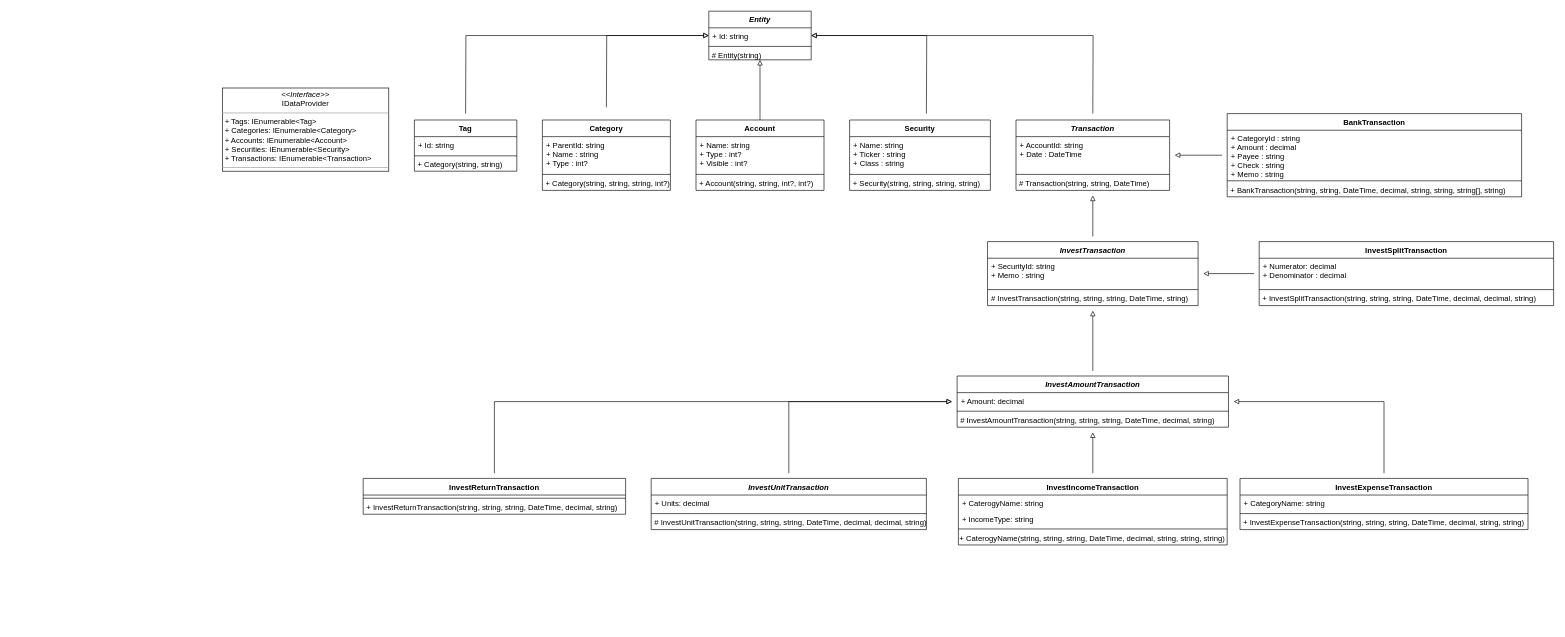
Before: Untitled Diagram.drawio in KovalevichArtjom/rovensys, a draw.io diagram. Source tidied: cells renumbered, new cells numbered last; positions are measured from the earlier drawing's top-left corner, leaving out a move shared by most shapes. Both pictures are drawn from the tidied source at 64%, with x=0, y=0 at pixel (222, 11).
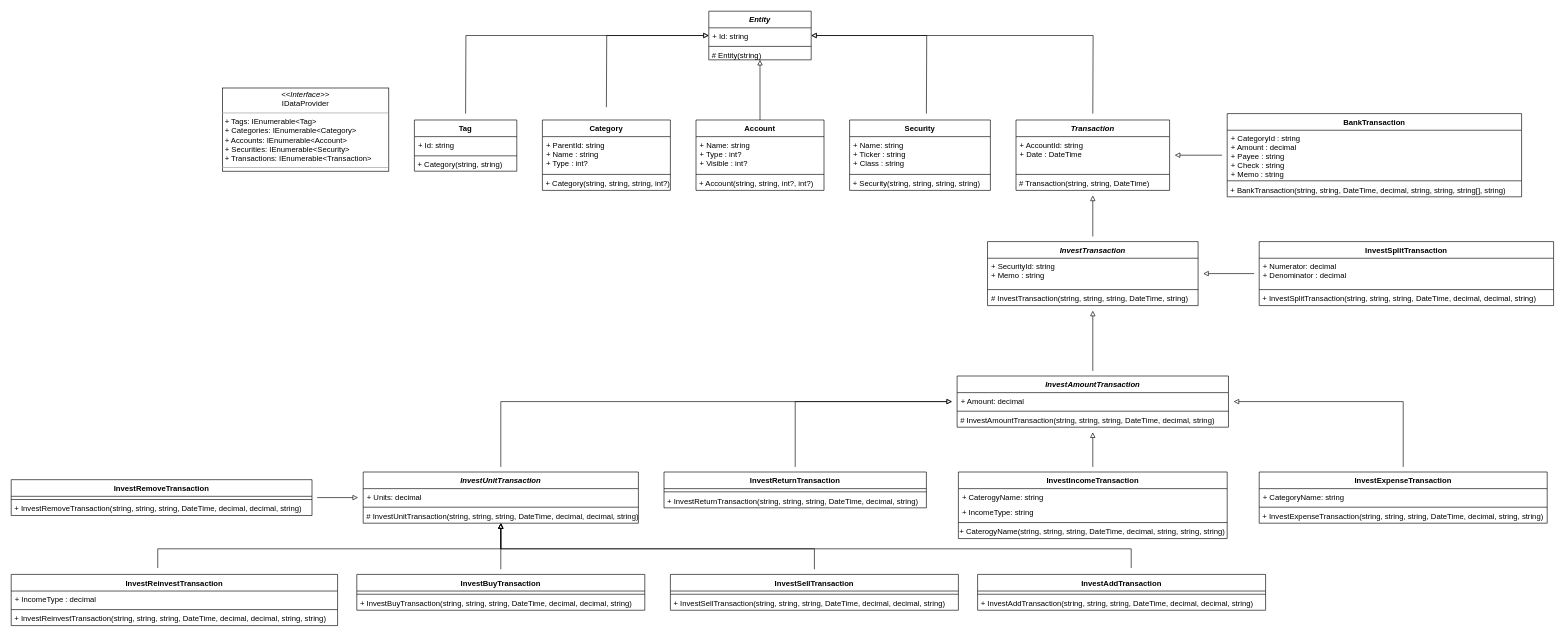
The same diagram, later.

The change refers to these unchanged cells:
```xml
<mxCell id="51" value="&lt;div align=&quot;left&quot;&gt;&amp;nbsp;# InvestUnitTransaction(string, string, string, DateTime, decimal, decimal, string)&lt;/div&gt;" style="text;html=1;align=left;verticalAlign=middle;points=[];strokeColor=none;fillColor=none;" parent="48" vertex="1">
  <mxGeometry y="60" width="430" height="20" as="geometry" />
</mxCell>
```

The edit, as a diff of the source:
```diff
@@
+    <mxCell id="72" style="edgeStyle=orthogonalEdgeStyle;rounded=0;jettySize=auto;html=1;startArrow=block;startFill=0;endArrow=none;endFill=0;sourcePerimeterSpacing=8;targetPerimeterSpacing=8;strokeWidth=1;exitX=0.5;exitY=1;exitDx=0;exitDy=0;exitPerimeter=0;" parent="1" edge="1" source="51" target="77">
+      <mxGeometry relative="1" as="geometry" />
+    </mxCell>
+    <mxCell id="73" style="edgeStyle=orthogonalEdgeStyle;rounded=0;jettySize=auto;html=1;exitX=0.5;exitY=1;exitDx=0;exitDy=0;startArrow=block;startFill=0;endArrow=none;endFill=0;sourcePerimeterSpacing=8;targetPerimeterSpacing=8;strokeWidth=1;" parent="1" edge="1" source="48" target="80">
+      <mxGeometry relative="1" as="geometry" />
+    </mxCell>
+    <mxCell id="74" style="edgeStyle=orthogonalEdgeStyle;rounded=0;jettySize=auto;html=1;exitX=0.5;exitY=1;exitDx=0;exitDy=0;startArrow=block;startFill=0;endArrow=none;endFill=0;sourcePerimeterSpacing=8;targetPerimeterSpacing=8;strokeWidth=1;" parent="1" edge="1" source="48">
+      <mxGeometry relative="1" as="geometry">
+        <mxPoint x="-101" y="870" as="targetPoint" />
+        <Array as="points">
+          <mxPoint x="435" y="840" />
+          <mxPoint x="-101" y="840" />
+        </Array>
+      </mxGeometry>
+    </mxCell>
+    <mxCell id="75" style="edgeStyle=orthogonalEdgeStyle;rounded=0;jettySize=auto;html=1;exitX=0.5;exitY=1;exitDx=0;exitDy=0;startArrow=block;startFill=0;endArrow=none;endFill=0;sourcePerimeterSpacing=8;targetPerimeterSpacing=8;strokeWidth=1;" parent="1" edge="1" source="48">
+      <mxGeometry relative="1" as="geometry">
+        <mxPoint x="1420" y="870" as="targetPoint" />
+        <Array as="points">
+          <mxPoint x="435" y="840" />
+          <mxPoint x="1420" y="840" />
+        </Array>
+      </mxGeometry>
+    </mxCell>
+    <mxCell id="76" style="edgeStyle=orthogonalEdgeStyle;rounded=0;jettySize=auto;html=1;startArrow=block;startFill=0;endArrow=none;endFill=0;sourcePerimeterSpacing=8;targetPerimeterSpacing=8;strokeWidth=1;" parent="1" edge="1" source="48" target="90">
+      <mxGeometry relative="1" as="geometry" />
+    </mxCell>
     <mxCell id="48" value="InvestUnitTransaction" style="swimlane;fontStyle=3;align=center;verticalAlign=top;horizontal=1;startSize=26;" parent="1" vertex="1">
-      <mxGeometry x="670" y="730" width="430" height="80" as="geometry" />
+      <mxGeometry x="220" y="720" width="430" height="80" as="geometry" />
     </mxCell>
@@
     <mxCell id="52" value="InvestIncomeTransaction" style="swimlane;fontStyle=1;align=center;verticalAlign=top;horizontal=1;startSize=26;" parent="1" vertex="1">
-      <mxGeometry x="1150" y="730" width="420" height="104" as="geometry" />
+      <mxGeometry x="1150" y="720" width="420" height="104" as="geometry" />
     </mxCell>
@@
     <mxCell id="57" value="InvestExpenseTransaction" style="swimlane;fontStyle=1;align=center;verticalAlign=top;horizontal=1;startSize=26;" parent="1" vertex="1">
-      <mxGeometry x="1590" y="730" width="450" height="80" as="geometry" />
+      <mxGeometry x="1620" y="720" width="450" height="80" as="geometry" />
     </mxCell>
@@
     <mxCell id="61" value="InvestReturnTransaction" style="swimlane;fontStyle=1;align=center;verticalAlign=top;horizontal=1;startSize=26;" parent="1" vertex="1">
-      <mxGeometry x="220" y="730" width="410" height="56" as="geometry" />
+      <mxGeometry x="690" y="720" width="410" height="56" as="geometry" />
     </mxCell>
@@
+    <mxCell id="77" value="InvestBuyTransaction" style="swimlane;fontStyle=1;align=center;verticalAlign=top;horizontal=1;startSize=26;" parent="1" vertex="1">
+      <mxGeometry x="210" y="880" width="450" height="56" as="geometry" />
+    </mxCell>
+    <mxCell id="78" style="line;strokeWidth=1;fillColor=none;align=left;verticalAlign=middle;spacingTop=-1;spacingLeft=3;spacingRight=3;labelPosition=right;" parent="77" vertex="1">
+      <mxGeometry y="26" width="450" height="10" as="geometry" />
+    </mxCell>
+    <mxCell id="79" value="&lt;div align=&quot;left&quot;&gt;&amp;nbsp;+ InvestBuyTransaction(string, string, string, DateTime, decimal, decimal, string)&lt;/div&gt;" style="text;html=1;align=left;verticalAlign=middle;strokeColor=none;fillColor=none;" parent="77" vertex="1">
+      <mxGeometry y="36" width="450" height="20" as="geometry" />
+    </mxCell>
+    <mxCell id="80" value="InvestSellTransaction" style="swimlane;fontStyle=1;align=center;verticalAlign=top;horizontal=1;startSize=26;" parent="1" vertex="1">
+      <mxGeometry x="700" y="880" width="450" height="56" as="geometry" />
+    </mxCell>
+    <mxCell id="81" style="line;strokeWidth=1;fillColor=none;align=left;verticalAlign=middle;spacingTop=-1;spacingLeft=3;spacingRight=3;labelPosition=right;" parent="80" vertex="1">
+      <mxGeometry y="26" width="450" height="10" as="geometry" />
+    </mxCell>
+    <mxCell id="82" value="&lt;div align=&quot;left&quot;&gt;&amp;nbsp;+ InvestSellTransaction(string, string, string, DateTime, decimal, decimal, string)&lt;/div&gt;" style="text;html=1;align=left;verticalAlign=middle;strokeColor=none;fillColor=none;" parent="80" vertex="1">
+      <mxGeometry y="36" width="450" height="20" as="geometry" />
+    </mxCell>
+    <mxCell id="83" value="InvestReinvestTransaction" style="swimlane;fontStyle=1;align=center;verticalAlign=top;horizontal=1;startSize=26;" parent="1" vertex="1">
+      <mxGeometry x="-330" y="880" width="510" height="80" as="geometry" />
+    </mxCell>
+    <mxCell id="84" value="+ IncomeType : decimal" style="text;strokeColor=none;fillColor=none;align=left;verticalAlign=top;spacingLeft=4;spacingRight=4;overflow=hidden;" parent="83" vertex="1">
+      <mxGeometry y="26" width="510" height="24" as="geometry" />
+    </mxCell>
+    <mxCell id="85" style="line;strokeWidth=1;fillColor=none;align=left;verticalAlign=middle;spacingTop=-1;spacingLeft=3;spacingRight=3;labelPosition=right;" parent="83" vertex="1">
+      <mxGeometry y="50" width="510" height="10" as="geometry" />
+    </mxCell>
+    <mxCell id="86" value="&lt;div align=&quot;left&quot;&gt;&amp;nbsp;+ InvestReinvestTransaction(string, string, string, DateTime, decimal, decimal, string, string)&lt;/div&gt;" style="text;html=1;align=left;verticalAlign=middle;strokeColor=none;fillColor=none;" parent="83" vertex="1">
+      <mxGeometry y="60" width="510" height="20" as="geometry" />
+    </mxCell>
+    <mxCell id="87" value="InvestAddTransaction" style="swimlane;fontStyle=1;align=center;verticalAlign=top;horizontal=1;startSize=26;" parent="1" vertex="1">
+      <mxGeometry x="1180" y="880" width="450" height="56" as="geometry" />
+    </mxCell>
+    <mxCell id="88" style="line;strokeWidth=1;fillColor=none;align=left;verticalAlign=middle;spacingTop=-1;spacingLeft=3;spacingRight=3;labelPosition=right;" parent="87" vertex="1">
+      <mxGeometry y="26" width="450" height="10" as="geometry" />
+    </mxCell>
+    <mxCell id="89" value="&lt;div align=&quot;left&quot;&gt;&amp;nbsp;+ InvestAddTransaction(string, string, string, DateTime, decimal, decimal, string)&lt;/div&gt;" style="text;html=1;align=left;verticalAlign=middle;strokeColor=none;fillColor=none;" parent="87" vertex="1">
+      <mxGeometry y="36" width="450" height="20" as="geometry" />
+    </mxCell>
+    <mxCell id="90" value="InvestRemoveTransaction" style="swimlane;fontStyle=1;align=center;verticalAlign=top;horizontal=1;startSize=26;" parent="1" vertex="1">
+      <mxGeometry x="-330" y="732" width="470" height="56" as="geometry" />
+    </mxCell>
+    <mxCell id="91" style="line;strokeWidth=1;fillColor=none;align=left;verticalAlign=middle;spacingTop=-1;spacingLeft=3;spacingRight=3;labelPosition=right;" parent="90" vertex="1">
+      <mxGeometry y="26" width="470" height="10" as="geometry" />
+    </mxCell>
+    <mxCell id="92" value="&lt;div align=&quot;left&quot;&gt;&amp;nbsp;+ InvestRemoveTransaction(string, string, string, DateTime, decimal, decimal, string)&lt;/div&gt;" style="text;html=1;align=left;verticalAlign=middle;strokeColor=none;fillColor=none;" parent="90" vertex="1">
+      <mxGeometry y="36" width="470" height="20" as="geometry" />
+    </mxCell>
```
